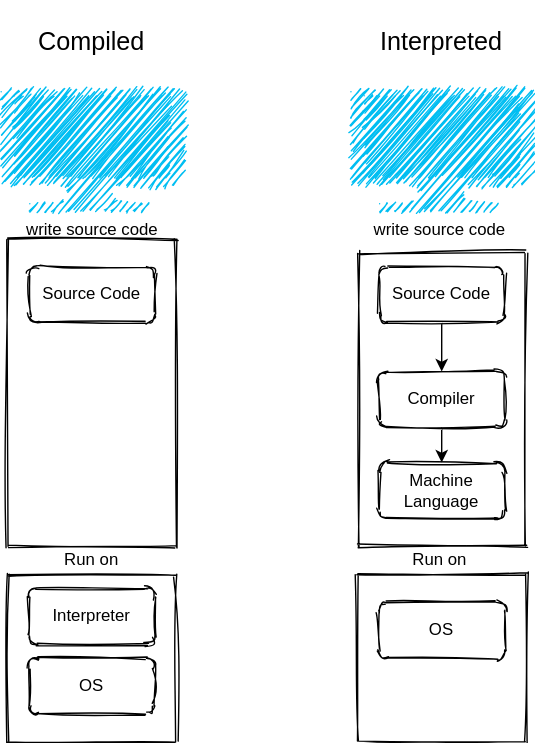
This is site/content/JavaScript-interpreted-or-compiled?/interpreted-vs-compiled.svg from elmaghallawy/elmaghallawy.github.io, a draw.io export, as it was before one commit. Source tidied: cells renumbered, new cells last; positions are measured from the earlier drawing's top-left corner, leaving out a move shared by most shapes.
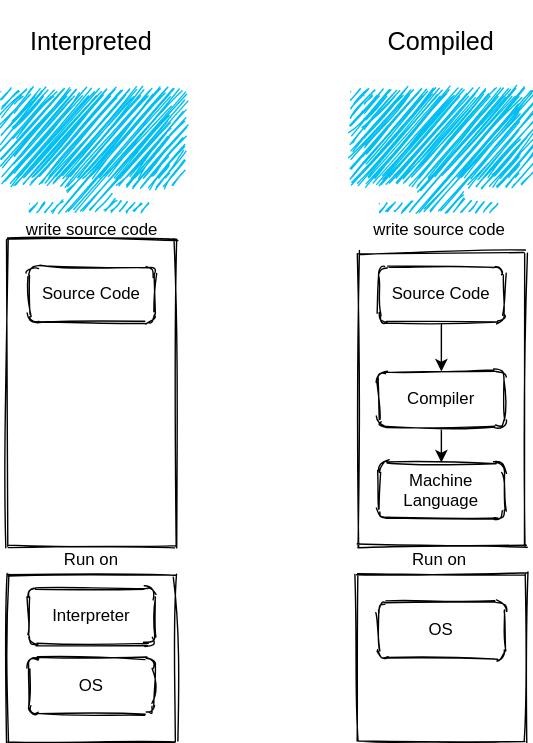
After the commit.

The edit, as a diff of the source:
```diff
@@ -8,10 +8,10 @@
     <mxCell id="3" value="write source code&amp;nbsp;" style="verticalLabelPosition=bottom;html=1;verticalAlign=top;align=center;strokeColor=none;fillColor=#00BEF2;shape=mxgraph.azure.computer;sketch=1;" parent="1" vertex="1">
       <mxGeometry x="250" y="60" width="130" height="90" as="geometry" />
     </mxCell>
-    <mxCell id="4" value="&lt;font style=&quot;font-size: 18px&quot;&gt;Compiled&lt;/font&gt;" style="text;html=1;strokeColor=none;align=center;verticalAlign=middle;whiteSpace=wrap;rounded=0;sketch=1;" parent="1" vertex="1">
+    <mxCell id="4" value="&lt;span style=&quot;font-size: 18px&quot;&gt;Interpreted&lt;/span&gt;" style="text;html=1;strokeColor=none;align=center;verticalAlign=middle;whiteSpace=wrap;rounded=0;sketch=1;" parent="1" vertex="1">
       <mxGeometry x="20" width="90" height="60" as="geometry" />
     </mxCell>
-    <mxCell id="5" value="&lt;font style=&quot;font-size: 18px&quot;&gt;Interpreted&lt;/font&gt;" style="text;html=1;strokeColor=none;fillColor=none;align=center;verticalAlign=middle;whiteSpace=wrap;rounded=0;sketch=1;" parent="1" vertex="1">
+    <mxCell id="5" value="&lt;span style=&quot;font-size: 18px&quot;&gt;Compiled&lt;/span&gt;" style="text;html=1;strokeColor=none;fillColor=none;align=center;verticalAlign=middle;whiteSpace=wrap;rounded=0;sketch=1;" parent="1" vertex="1">
       <mxGeometry x="270" width="90" height="60" as="geometry" />
     </mxCell>
     <mxCell id="6" style="rounded=0;whiteSpace=wrap;html=1;sketch=1;" parent="1" vertex="1">
```
